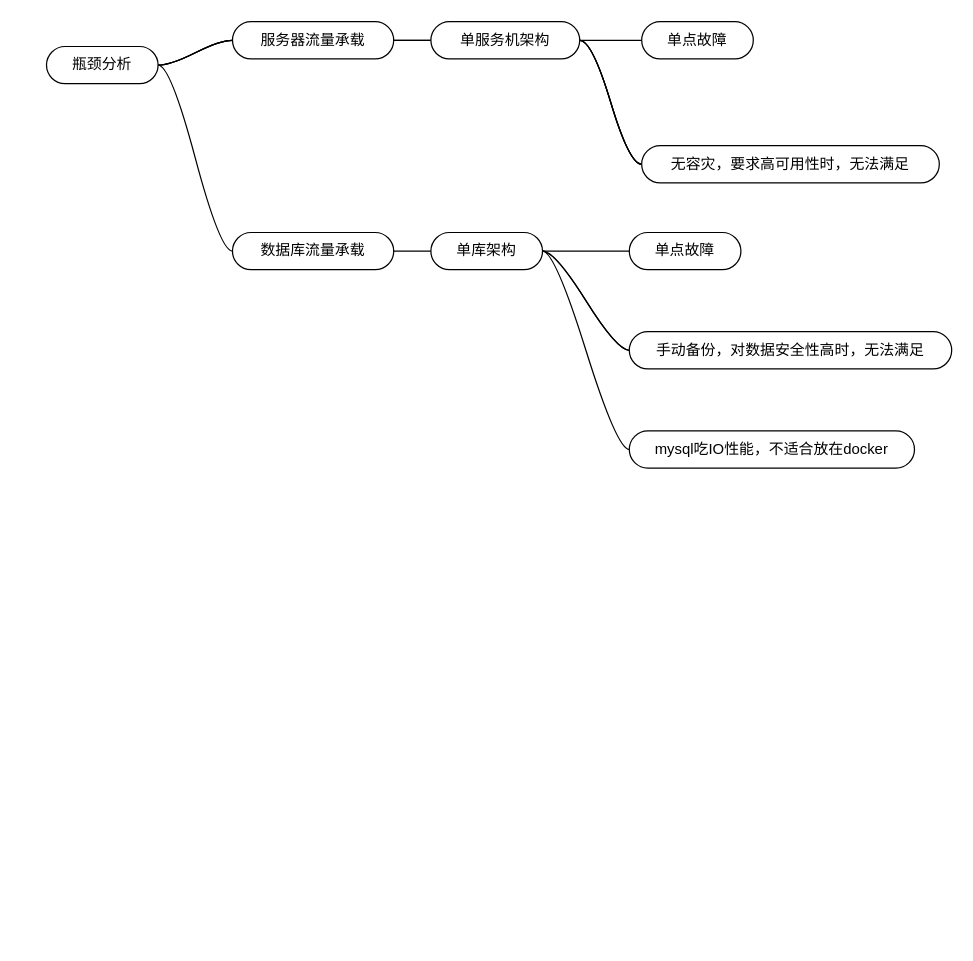
Above: 数据表ER图.drawio in jeefs/mindGraph (draw.io), before the change. Source tidied: cells renumbered, new cells numbered last; positions are measured from the earlier drawing's top-left corner, leaving out a move shared by most shapes. Both pictures are drawn from the tidied source at 124%, with x=0, y=0 at pixel (46, 21).
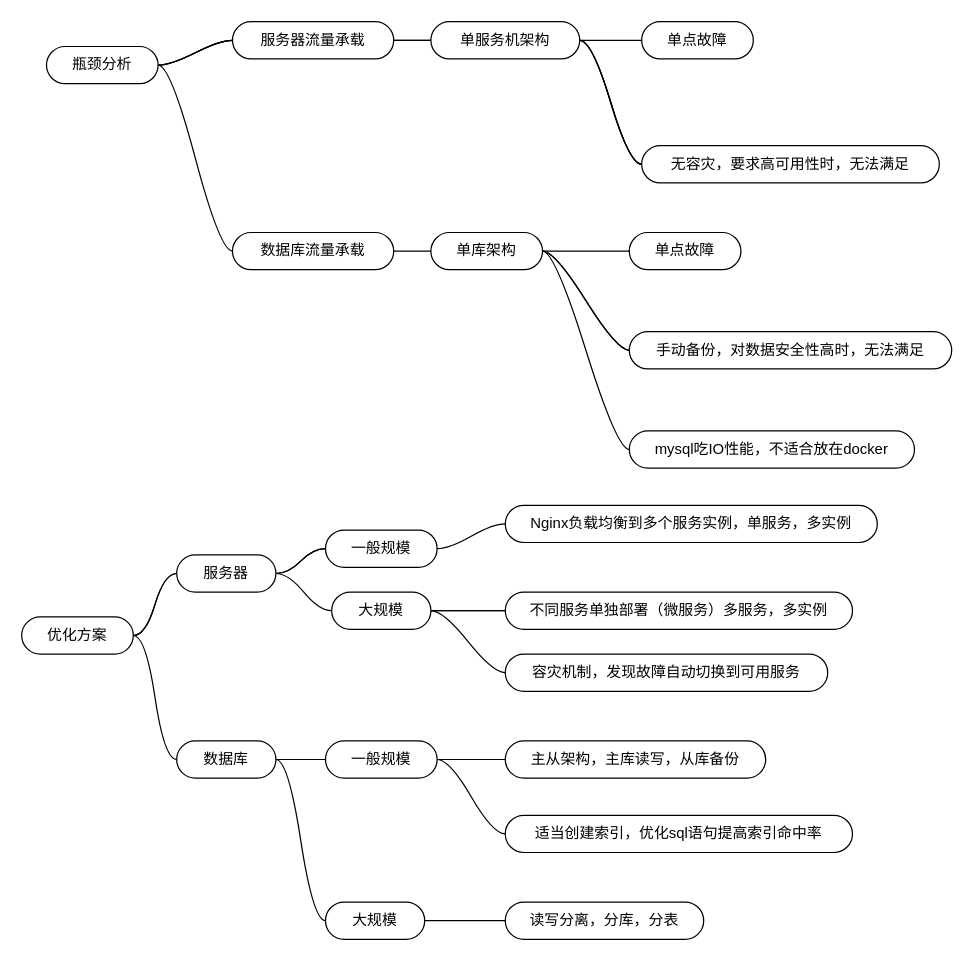
Above is the later version.

Commit message (it also covers changes not shown here):
更新数据表ER图.drawio

What changed in the source:
```diff
@@
+    <mxCell id="27" style="edgeStyle=entityRelationEdgeStyle;rounded=0;jettySize=auto;html=1;startArrow=none;endArrow=none;segment=10;curved=1;sourcePerimeterSpacing=0;targetPerimeterSpacing=0;" parent="1" edge="1" source="30" target="34">
+      <mxGeometry relative="1" as="geometry" />
+    </mxCell>
+    <mxCell id="28" style="edgeStyle=entityRelationEdgeStyle;rounded=0;jettySize=auto;html=1;startArrow=none;endArrow=none;segment=10;curved=1;sourcePerimeterSpacing=0;targetPerimeterSpacing=0;" parent="1" edge="1" source="30" target="34">
+      <mxGeometry relative="1" as="geometry" />
+    </mxCell>
+    <mxCell id="29" style="edgeStyle=entityRelationEdgeStyle;rounded=0;jettySize=auto;html=1;startArrow=none;endArrow=none;segment=10;curved=1;sourcePerimeterSpacing=0;targetPerimeterSpacing=0;" parent="1" edge="1" source="30" target="37">
+      <mxGeometry relative="1" as="geometry" />
+    </mxCell>
+    <mxCell id="30" value="优化方案" style="whiteSpace=wrap;html=1;rounded=1;arcSize=50;align=center;verticalAlign=middle;strokeWidth=1;spacing=4;newEdgeStyle={&quot;edgeStyle&quot;:&quot;entityRelationEdgeStyle&quot;,&quot;startArrow&quot;:&quot;none&quot;,&quot;endArrow&quot;:&quot;none&quot;,&quot;segment&quot;:10,&quot;curved&quot;:1,&quot;sourcePerimeterSpacing&quot;:0,&quot;targetPerimeterSpacing&quot;:0};" parent="1" vertex="1">
+      <mxGeometry x="-20" y="480" width="90" height="30" as="geometry" />
+    </mxCell>
+    <mxCell id="31" style="edgeStyle=entityRelationEdgeStyle;rounded=0;jettySize=auto;html=1;startArrow=none;endArrow=none;segment=10;curved=1;sourcePerimeterSpacing=0;targetPerimeterSpacing=0;" parent="1" edge="1" source="34" target="39">
+      <mxGeometry relative="1" as="geometry" />
+    </mxCell>
+    <mxCell id="32" style="edgeStyle=entityRelationEdgeStyle;rounded=0;jettySize=auto;html=1;startArrow=none;endArrow=none;segment=10;curved=1;sourcePerimeterSpacing=0;targetPerimeterSpacing=0;" parent="1" edge="1" source="34" target="39">
+      <mxGeometry relative="1" as="geometry" />
+    </mxCell>
+    <mxCell id="33" style="edgeStyle=entityRelationEdgeStyle;rounded=0;jettySize=auto;html=1;startArrow=none;endArrow=none;segment=10;curved=1;sourcePerimeterSpacing=0;targetPerimeterSpacing=0;" parent="1" edge="1" source="34" target="43">
+      <mxGeometry relative="1" as="geometry" />
+    </mxCell>
+    <mxCell id="34" value="服务器" style="whiteSpace=wrap;html=1;rounded=1;arcSize=50;align=center;verticalAlign=middle;strokeWidth=1;spacing=4;newEdgeStyle={&quot;edgeStyle&quot;:&quot;entityRelationEdgeStyle&quot;,&quot;startArrow&quot;:&quot;none&quot;,&quot;endArrow&quot;:&quot;none&quot;,&quot;segment&quot;:10,&quot;curved&quot;:1,&quot;sourcePerimeterSpacing&quot;:0,&quot;targetPerimeterSpacing&quot;:0};" parent="1" vertex="1">
+      <mxGeometry x="105" y="430" width="80" height="30" as="geometry" />
+    </mxCell>
+    <mxCell id="35" style="edgeStyle=entityRelationEdgeStyle;rounded=0;jettySize=auto;html=1;startArrow=none;endArrow=none;segment=10;curved=1;sourcePerimeterSpacing=0;targetPerimeterSpacing=0;" parent="1" edge="1" source="37" target="49">
+      <mxGeometry relative="1" as="geometry" />
+    </mxCell>
+    <mxCell id="36" style="edgeStyle=entityRelationEdgeStyle;rounded=0;jettySize=auto;html=1;startArrow=none;endArrow=none;segment=10;curved=1;sourcePerimeterSpacing=0;targetPerimeterSpacing=0;" parent="1" edge="1" source="37" target="51">
+      <mxGeometry relative="1" as="geometry" />
+    </mxCell>
+    <mxCell id="37" value="数据库" style="whiteSpace=wrap;html=1;rounded=1;arcSize=50;align=center;verticalAlign=middle;strokeWidth=1;spacing=4;newEdgeStyle={&quot;edgeStyle&quot;:&quot;entityRelationEdgeStyle&quot;,&quot;startArrow&quot;:&quot;none&quot;,&quot;endArrow&quot;:&quot;none&quot;,&quot;segment&quot;:10,&quot;curved&quot;:1,&quot;sourcePerimeterSpacing&quot;:0,&quot;targetPerimeterSpacing&quot;:0};" parent="1" vertex="1">
+      <mxGeometry x="105" y="580" width="80" height="30" as="geometry" />
+    </mxCell>
+    <mxCell id="38" style="edgeStyle=entityRelationEdgeStyle;rounded=0;jettySize=auto;html=1;startArrow=none;endArrow=none;segment=10;curved=1;sourcePerimeterSpacing=0;targetPerimeterSpacing=0;" parent="1" edge="1" source="39" target="44">
+      <mxGeometry relative="1" as="geometry" />
+    </mxCell>
+    <mxCell id="39" value="一般规模" style="whiteSpace=wrap;html=1;rounded=1;arcSize=50;align=center;verticalAlign=middle;strokeWidth=1;spacing=4;newEdgeStyle={&quot;edgeStyle&quot;:&quot;entityRelationEdgeStyle&quot;,&quot;startArrow&quot;:&quot;none&quot;,&quot;endArrow&quot;:&quot;none&quot;,&quot;segment&quot;:10,&quot;curved&quot;:1,&quot;sourcePerimeterSpacing&quot;:0,&quot;targetPerimeterSpacing&quot;:0};" parent="1" vertex="1">
+      <mxGeometry x="225" y="410" width="90" height="30" as="geometry" />
+    </mxCell>
+    <mxCell id="40" style="edgeStyle=entityRelationEdgeStyle;rounded=0;jettySize=auto;html=1;startArrow=none;endArrow=none;segment=10;curved=1;sourcePerimeterSpacing=0;targetPerimeterSpacing=0;" parent="1" edge="1" source="43" target="45">
+      <mxGeometry relative="1" as="geometry" />
+    </mxCell>
+    <mxCell id="41" style="edgeStyle=entityRelationEdgeStyle;rounded=0;jettySize=auto;html=1;startArrow=none;endArrow=none;segment=10;curved=1;sourcePerimeterSpacing=0;targetPerimeterSpacing=0;" parent="1" edge="1" source="43" target="45">
+      <mxGeometry relative="1" as="geometry" />
+    </mxCell>
+    <mxCell id="42" style="edgeStyle=entityRelationEdgeStyle;rounded=0;jettySize=auto;html=1;startArrow=none;endArrow=none;segment=10;curved=1;sourcePerimeterSpacing=0;targetPerimeterSpacing=0;" parent="1" edge="1" source="43" target="46">
+      <mxGeometry relative="1" as="geometry" />
+    </mxCell>
+    <mxCell id="43" value="大规模" style="whiteSpace=wrap;html=1;rounded=1;arcSize=50;align=center;verticalAlign=middle;strokeWidth=1;spacing=4;newEdgeStyle={&quot;edgeStyle&quot;:&quot;entityRelationEdgeStyle&quot;,&quot;startArrow&quot;:&quot;none&quot;,&quot;endArrow&quot;:&quot;none&quot;,&quot;segment&quot;:10,&quot;curved&quot;:1,&quot;sourcePerimeterSpacing&quot;:0,&quot;targetPerimeterSpacing&quot;:0};" parent="1" vertex="1">
+      <mxGeometry x="230" y="460" width="80" height="30" as="geometry" />
+    </mxCell>
+    <mxCell id="44" value="Nginx负载均衡到多个服务实例，单服务，多实例" style="whiteSpace=wrap;html=1;rounded=1;arcSize=50;align=center;verticalAlign=middle;strokeWidth=1;spacing=4;newEdgeStyle={&quot;edgeStyle&quot;:&quot;entityRelationEdgeStyle&quot;,&quot;startArrow&quot;:&quot;none&quot;,&quot;endArrow&quot;:&quot;none&quot;,&quot;segment&quot;:10,&quot;curved&quot;:1,&quot;sourcePerimeterSpacing&quot;:0,&quot;targetPerimeterSpacing&quot;:0};" parent="1" vertex="1">
+      <mxGeometry x="370" y="390" width="300" height="30" as="geometry" />
+    </mxCell>
+    <mxCell id="45" value="不同服务单独部署（微服务）多服务，多实例" style="whiteSpace=wrap;html=1;rounded=1;arcSize=50;align=center;verticalAlign=middle;strokeWidth=1;spacing=4;newEdgeStyle={&quot;edgeStyle&quot;:&quot;entityRelationEdgeStyle&quot;,&quot;startArrow&quot;:&quot;none&quot;,&quot;endArrow&quot;:&quot;none&quot;,&quot;segment&quot;:10,&quot;curved&quot;:1,&quot;sourcePerimeterSpacing&quot;:0,&quot;targetPerimeterSpacing&quot;:0};" parent="1" vertex="1">
+      <mxGeometry x="370" y="460" width="280" height="30" as="geometry" />
+    </mxCell>
+    <mxCell id="46" value="容灾机制，发现故障自动切换到可用服务" style="whiteSpace=wrap;html=1;rounded=1;arcSize=50;align=center;verticalAlign=middle;strokeWidth=1;spacing=4;newEdgeStyle={&quot;edgeStyle&quot;:&quot;entityRelationEdgeStyle&quot;,&quot;startArrow&quot;:&quot;none&quot;,&quot;endArrow&quot;:&quot;none&quot;,&quot;segment&quot;:10,&quot;curved&quot;:1,&quot;sourcePerimeterSpacing&quot;:0,&quot;targetPerimeterSpacing&quot;:0};" parent="1" vertex="1">
+      <mxGeometry x="370" y="510" width="260" height="30" as="geometry" />
+    </mxCell>
+    <mxCell id="47" style="edgeStyle=entityRelationEdgeStyle;rounded=0;jettySize=auto;html=1;startArrow=none;endArrow=none;segment=10;curved=1;sourcePerimeterSpacing=0;targetPerimeterSpacing=0;" parent="1" edge="1" source="49" target="52">
+      <mxGeometry relative="1" as="geometry" />
+    </mxCell>
+    <mxCell id="48" style="edgeStyle=entityRelationEdgeStyle;rounded=0;jettySize=auto;html=1;startArrow=none;endArrow=none;segment=10;curved=1;sourcePerimeterSpacing=0;targetPerimeterSpacing=0;" parent="1" edge="1" source="49" target="54">
+      <mxGeometry relative="1" as="geometry" />
+    </mxCell>
+    <mxCell id="49" value="一般规模" style="whiteSpace=wrap;html=1;rounded=1;arcSize=50;align=center;verticalAlign=middle;strokeWidth=1;spacing=4;newEdgeStyle={&quot;edgeStyle&quot;:&quot;entityRelationEdgeStyle&quot;,&quot;startArrow&quot;:&quot;none&quot;,&quot;endArrow&quot;:&quot;none&quot;,&quot;segment&quot;:10,&quot;curved&quot;:1,&quot;sourcePerimeterSpacing&quot;:0,&quot;targetPerimeterSpacing&quot;:0};" parent="1" vertex="1">
+      <mxGeometry x="225" y="580" width="90" height="30" as="geometry" />
+    </mxCell>
+    <mxCell id="50" style="edgeStyle=entityRelationEdgeStyle;rounded=0;jettySize=auto;html=1;startArrow=none;endArrow=none;segment=10;curved=1;sourcePerimeterSpacing=0;targetPerimeterSpacing=0;" parent="1" edge="1" source="51" target="53">
+      <mxGeometry relative="1" as="geometry" />
+    </mxCell>
+    <mxCell id="51" value="大规模" style="whiteSpace=wrap;html=1;rounded=1;arcSize=50;align=center;verticalAlign=middle;strokeWidth=1;spacing=4;newEdgeStyle={&quot;edgeStyle&quot;:&quot;entityRelationEdgeStyle&quot;,&quot;startArrow&quot;:&quot;none&quot;,&quot;endArrow&quot;:&quot;none&quot;,&quot;segment&quot;:10,&quot;curved&quot;:1,&quot;sourcePerimeterSpacing&quot;:0,&quot;targetPerimeterSpacing&quot;:0};" parent="1" vertex="1">
+      <mxGeometry x="225" y="710" width="80" height="30" as="geometry" />
+    </mxCell>
+    <mxCell id="52" value="主从架构，主库读写，从库备份" style="whiteSpace=wrap;html=1;rounded=1;arcSize=50;align=center;verticalAlign=middle;strokeWidth=1;spacing=4;newEdgeStyle={&quot;edgeStyle&quot;:&quot;entityRelationEdgeStyle&quot;,&quot;startArrow&quot;:&quot;none&quot;,&quot;endArrow&quot;:&quot;none&quot;,&quot;segment&quot;:10,&quot;curved&quot;:1,&quot;sourcePerimeterSpacing&quot;:0,&quot;targetPerimeterSpacing&quot;:0};" parent="1" vertex="1">
+      <mxGeometry x="370" y="580" width="210" height="30" as="geometry" />
+    </mxCell>
+    <mxCell id="53" value="读写分离，分库，分表" style="whiteSpace=wrap;html=1;rounded=1;arcSize=50;align=center;verticalAlign=middle;strokeWidth=1;spacing=4;newEdgeStyle={&quot;edgeStyle&quot;:&quot;entityRelationEdgeStyle&quot;,&quot;startArrow&quot;:&quot;none&quot;,&quot;endArrow&quot;:&quot;none&quot;,&quot;segment&quot;:10,&quot;curved&quot;:1,&quot;sourcePerimeterSpacing&quot;:0,&quot;targetPerimeterSpacing&quot;:0};" parent="1" vertex="1">
+      <mxGeometry x="370" y="710" width="160" height="30" as="geometry" />
+    </mxCell>
+    <mxCell id="54" value="适当创建索引，优化sql语句提高索引命中率" style="whiteSpace=wrap;html=1;rounded=1;arcSize=50;align=center;verticalAlign=middle;strokeWidth=1;spacing=4;newEdgeStyle={&quot;edgeStyle&quot;:&quot;entityRelationEdgeStyle&quot;,&quot;startArrow&quot;:&quot;none&quot;,&quot;endArrow&quot;:&quot;none&quot;,&quot;segment&quot;:10,&quot;curved&quot;:1,&quot;sourcePerimeterSpacing&quot;:0,&quot;targetPerimeterSpacing&quot;:0};" parent="1" vertex="1">
+      <mxGeometry x="370" y="640" width="280" height="30" as="geometry" />
+    </mxCell>
```
